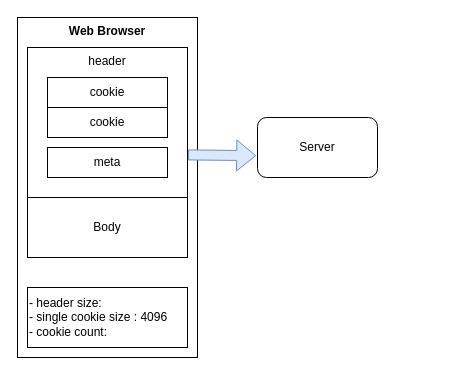
Earlier version of the draw.io diagram request-headers.drawio (JamesSeo/drawio). Source tidied: cells renumbered, new cells numbered last; positions are measured from the earlier drawing's top-left corner, leaving out a move shared by most shapes. Both pictures are drawn from the tidied source at 100%, with x=0, y=0 at pixel (17, 17).
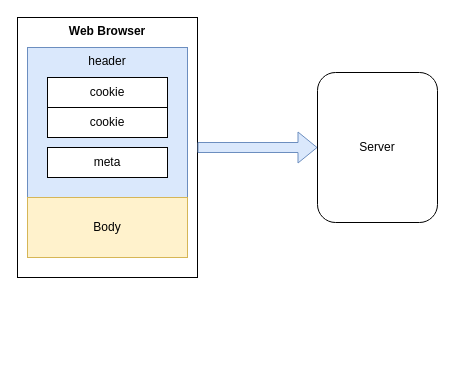
The same diagram, later.

Diff of the diagram source:
```diff
@@
 <mxGraphModel>
   <root>
     <mxCell id="0" />
     <mxCell id="1" parent="0" />
     <mxCell id="2" value="&lt;b&gt;Web Browser&lt;/b&gt;" style="rounded=0;whiteSpace=wrap;html=1;verticalAlign=top;" parent="1" vertex="1">
-      <mxGeometry width="180" height="340" as="geometry" />
+      <mxGeometry width="180" height="260" as="geometry" />
     </mxCell>
-    <mxCell id="3" value="header" style="rounded=0;whiteSpace=wrap;html=1;verticalAlign=top;" parent="1" vertex="1">
+    <mxCell id="3" value="header" style="rounded=0;whiteSpace=wrap;html=1;verticalAlign=top;fillColor=#dae8fc;strokeColor=#6c8ebf;" parent="1" vertex="1">
       <mxGeometry x="10" y="30" width="160" height="150" as="geometry" />
     </mxCell>
     <mxCell id="4" value="cookie" style="rounded=0;whiteSpace=wrap;html=1;" parent="1" vertex="1">
       <mxGeometry x="30" y="60" width="120" height="30" as="geometry" />
     </mxCell>
     <mxCell id="5" value="cookie" style="rounded=0;whiteSpace=wrap;html=1;" parent="1" vertex="1">
       <mxGeometry x="30" y="90" width="120" height="30" as="geometry" />
     </mxCell>
     <mxCell id="6" value="meta" style="rounded=0;whiteSpace=wrap;html=1;" parent="1" vertex="1">
       <mxGeometry x="30" y="130" width="120" height="30" as="geometry" />
     </mxCell>
     <mxCell id="7" value="Server" style="rounded=1;whiteSpace=wrap;html=1;" parent="1" vertex="1">
-      <mxGeometry x="240" y="100" width="120" height="60" as="geometry" />
+      <mxGeometry x="300" y="55" width="120" height="150" as="geometry" />
     </mxCell>
-    <mxCell id="8" value="Body" style="rounded=0;whiteSpace=wrap;html=1;" parent="1" vertex="1">
+    <mxCell id="8" value="Body" style="rounded=0;whiteSpace=wrap;html=1;fillColor=#fff2cc;strokeColor=#d6b656;" parent="1" vertex="1">
       <mxGeometry x="10" y="180" width="160" height="60" as="geometry" />
     </mxCell>
-    <mxCell id="9" value="- header size:&lt;br&gt;- single cookie size : 4096&lt;br&gt;- cookie count:" style="rounded=0;whiteSpace=wrap;html=1;align=left;" parent="1" vertex="1">
-      <mxGeometry x="10" y="270" width="160" height="60" as="geometry" />
-    </mxCell>
-    <mxCell id="10" style="shape=flexArrow;endArrow=classic;html=1;rounded=0;exitX=1.003;exitY=0.716;exitDx=0;exitDy=0;exitPerimeter=0;entryX=-0.011;entryY=0.636;entryDx=0;entryDy=0;entryPerimeter=0;fillColor=#dae8fc;strokeColor=#6c8ebf;" parent="1" edge="1" source="3" target="7">
-      <mxGeometry relative="1" as="geometry" />
+    <mxCell id="10" style="shape=flexArrow;endArrow=classic;html=1;rounded=0;exitX=1;exitY=0.5;exitDx=0;exitDy=0;fillColor=#dae8fc;strokeColor=#6c8ebf;" parent="1" edge="1" source="2">
+      <mxGeometry relative="1" as="geometry">
+        <mxPoint x="300" y="130" as="targetPoint" />
+      </mxGeometry>
     </mxCell>
   </root>
 </mxGraphModel>
```
